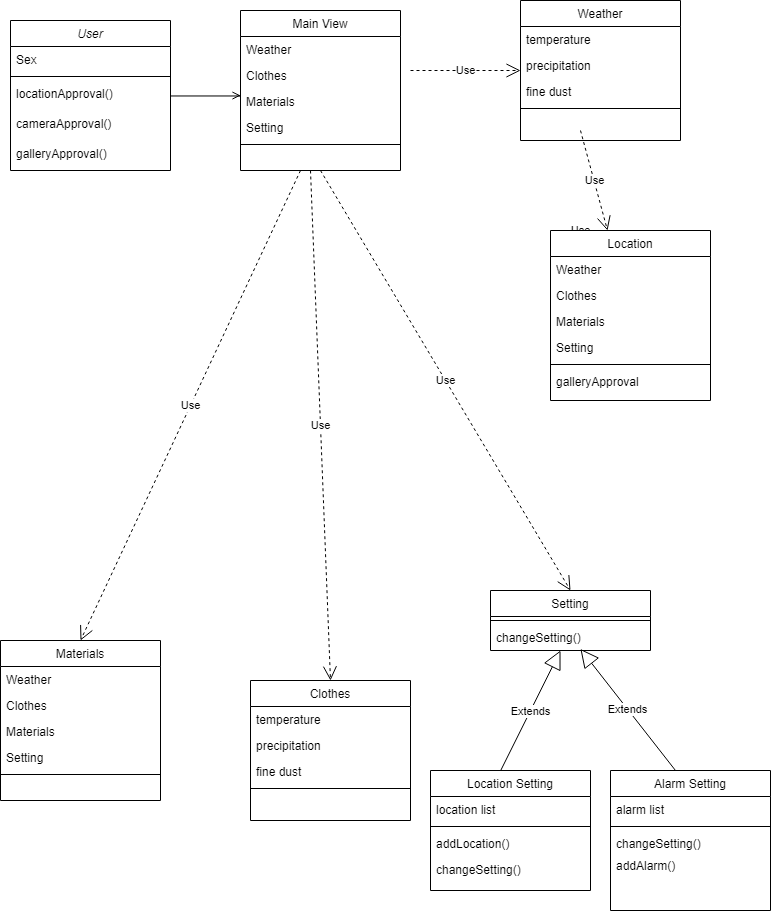
This is class1.png from kong430/Moning-diagram, a draw.io export, as it was before one commit. Source tidied: cells renumbered, new cells last; positions are measured from the earlier drawing's top-left corner, leaving out a move shared by most shapes.
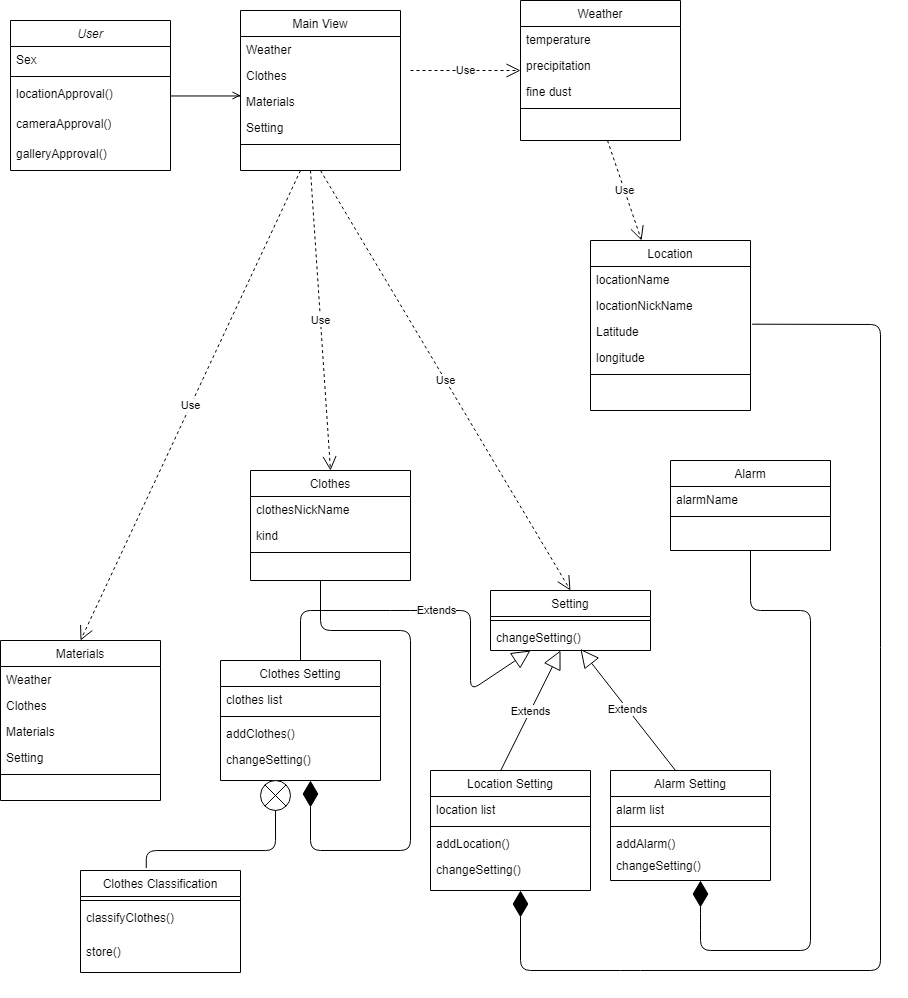
Later version of the same file.

Change to the diagram source:
```diff
@@ -50,49 +50,38 @@
       </mxGeometry>
     </mxCell>
     <mxCell id="16" value="Clothes" style="swimlane;fontStyle=0;align=center;verticalAlign=top;horizontal=1;startSize=26;rounded=0;shadow=0;strokeWidth=1;" parent="1" vertex="1">
-      <mxGeometry x="250" y="680" width="160" height="140" as="geometry" />
+      <mxGeometry x="250" y="470" width="160" height="110" as="geometry" />
     </mxCell>
-    <mxCell id="17" value="temperature" style="text;align=left;verticalAlign=top;spacingLeft=4;spacingRight=4;overflow=hidden;" parent="16" vertex="1">
+    <mxCell id="17" value="clothesNickName" style="text;align=left;verticalAlign=top;spacingLeft=4;spacingRight=4;overflow=hidden;" parent="16" vertex="1">
       <mxGeometry y="26" width="160" height="26" as="geometry" />
     </mxCell>
-    <mxCell id="18" value="precipitation" style="text;align=left;verticalAlign=top;spacingLeft=4;spacingRight=4;overflow=hidden;rounded=0;shadow=0;html=0;" parent="16" vertex="1">
-      <mxGeometry y="52" width="160" height="26" as="geometry" />
-    </mxCell>
-    <mxCell id="19" value="fine dust" style="text;align=left;verticalAlign=top;spacingLeft=4;spacingRight=4;overflow=hidden;rounded=0;shadow=0;html=0;" parent="16" vertex="1">
-      <mxGeometry y="78" width="160" height="26" as="geometry" />
+    <mxCell id="19" value="kind" style="text;align=left;verticalAlign=top;spacingLeft=4;spacingRight=4;overflow=hidden;rounded=0;shadow=0;html=0;" parent="16" vertex="1">
+      <mxGeometry y="52" width="160" height="26" as="geometry" />
     </mxCell>
     <mxCell id="20" style="line;html=1;strokeWidth=1;align=left;verticalAlign=middle;spacingTop=-1;spacingLeft=3;spacingRight=3;labelPosition=right;" parent="16" vertex="1">
-      <mxGeometry y="104" width="160" height="8" as="geometry" />
+      <mxGeometry y="78" width="160" height="8" as="geometry" />
     </mxCell>
-    <mxCell id="21" value="Use" style="endArrow=open;endSize=12;dashed=1;html=1;" parent="1" edge="1" source="22">
-      <mxGeometry relative="1" as="geometry">
-        <mxPoint x="580" y="230" as="targetPoint" />
-      </mxGeometry>
-    </mxCell>
     <mxCell id="22" value="Location" style="swimlane;fontStyle=0;align=center;verticalAlign=top;horizontal=1;startSize=26;rounded=0;shadow=0;strokeWidth=1;" parent="1" vertex="1">
-      <mxGeometry x="550" y="230" width="160" height="170" as="geometry" />
+      <mxGeometry x="590" y="240" width="160" height="170" as="geometry" />
     </mxCell>
-    <mxCell id="23" value="Weather" style="text;align=left;verticalAlign=top;spacingLeft=4;spacingRight=4;overflow=hidden;" parent="22" vertex="1">
+    <mxCell id="23" value="locationName" style="text;align=left;verticalAlign=top;spacingLeft=4;spacingRight=4;overflow=hidden;" parent="22" vertex="1">
       <mxGeometry y="26" width="160" height="26" as="geometry" />
     </mxCell>
-    <mxCell id="24" value="Clothes" style="text;align=left;verticalAlign=top;spacingLeft=4;spacingRight=4;overflow=hidden;rounded=0;shadow=0;html=0;" parent="22" vertex="1">
+    <mxCell id="24" value="locationNickName" style="text;align=left;verticalAlign=top;spacingLeft=4;spacingRight=4;overflow=hidden;rounded=0;shadow=0;html=0;" parent="22" vertex="1">
       <mxGeometry y="52" width="160" height="26" as="geometry" />
     </mxCell>
-    <mxCell id="25" value="Materials" style="text;align=left;verticalAlign=top;spacingLeft=4;spacingRight=4;overflow=hidden;points=[[0,0.5],[1,0.5]];portConstraint=eastwest;rounded=0;shadow=0;html=0;" parent="22" vertex="1">
+    <mxCell id="25" value="Latitude" style="text;align=left;verticalAlign=top;spacingLeft=4;spacingRight=4;overflow=hidden;points=[[0,0.5],[1,0.5]];portConstraint=eastwest;rounded=0;shadow=0;html=0;" parent="22" vertex="1">
       <mxGeometry y="78" width="160" height="26" as="geometry" />
     </mxCell>
-    <mxCell id="26" value="Setting" style="text;align=left;verticalAlign=top;spacingLeft=4;spacingRight=4;overflow=hidden;rounded=0;shadow=0;html=0;" parent="22" vertex="1">
+    <mxCell id="26" value="longitude" style="text;align=left;verticalAlign=top;spacingLeft=4;spacingRight=4;overflow=hidden;rounded=0;shadow=0;html=0;" parent="22" vertex="1">
       <mxGeometry y="104" width="160" height="26" as="geometry" />
     </mxCell>
     <mxCell id="27" style="line;html=1;strokeWidth=1;align=left;verticalAlign=middle;spacingTop=-1;spacingLeft=3;spacingRight=3;labelPosition=right;" parent="22" vertex="1">
       <mxGeometry y="130" width="160" height="8" as="geometry" />
     </mxCell>
-    <mxCell id="28" value="galleryApproval" style="text;align=left;verticalAlign=top;spacingLeft=4;spacingRight=4;overflow=hidden;" parent="22" vertex="1">
-      <mxGeometry y="138" width="160" height="22" as="geometry" />
-    </mxCell>
     <mxCell id="29" value="Use" style="endArrow=open;endSize=12;dashed=1;html=1;" parent="1" edge="1" target="22">
       <mxGeometry relative="1" as="geometry">
-        <mxPoint x="580" y="130" as="sourcePoint" />
+        <mxPoint x="607" y="140" as="sourcePoint" />
       </mxGeometry>
     </mxCell>
     <mxCell id="30" value="Weather" style="swimlane;fontStyle=0;align=center;verticalAlign=top;horizontal=1;startSize=26;rounded=0;shadow=0;strokeWidth=1;" parent="1" vertex="1">
@@ -171,13 +160,24 @@
     <mxCell id="52" value="changeSetting()" style="text;align=left;verticalAlign=top;spacingLeft=4;spacingRight=4;overflow=hidden;" parent="48" vertex="1">
       <mxGeometry y="86" width="160" height="34" as="geometry" />
     </mxCell>
+    <mxCell id="59" style="endArrow=diamondThin;endFill=1;endSize=24;html=1;exitX=1.01;exitY=0.219;exitDx=0;exitDy=0;exitPerimeter=0;" parent="48" edge="1" source="25">
+      <mxGeometry relative="1" as="geometry">
+        <mxPoint x="90" y="120" as="targetPoint" />
+        <Array as="points">
+          <mxPoint x="450" y="-446" />
+          <mxPoint x="450" y="200" />
+          <mxPoint x="200" y="200" />
+          <mxPoint x="90" y="200" />
+        </Array>
+      </mxGeometry>
+    </mxCell>
     <mxCell id="53" value="Extends" style="endArrow=block;endSize=16;endFill=0;html=1;entryX=0.562;entryY=1.11;entryDx=0;entryDy=0;entryPerimeter=0;" parent="1" edge="1" target="45">
       <mxGeometry relative="1" as="geometry">
         <mxPoint x="675" y="770" as="sourcePoint" />
       </mxGeometry>
     </mxCell>
     <mxCell id="54" value="Alarm Setting" style="swimlane;fontStyle=0;align=center;verticalAlign=top;horizontal=1;startSize=26;rounded=0;shadow=0;strokeWidth=1;" parent="1" vertex="1">
-      <mxGeometry x="610" y="770" width="160" height="140" as="geometry" />
+      <mxGeometry x="610" y="770" width="160" height="110" as="geometry" />
     </mxCell>
     <mxCell id="55" value="alarm list" style="text;align=left;verticalAlign=top;spacingLeft=4;spacingRight=4;overflow=hidden;" parent="54" vertex="1">
       <mxGeometry y="26" width="160" height="26" as="geometry" />
@@ -185,11 +185,92 @@
     <mxCell id="56" style="line;html=1;strokeWidth=1;align=left;verticalAlign=middle;spacingTop=-1;spacingLeft=3;spacingRight=3;labelPosition=right;" parent="54" vertex="1">
       <mxGeometry y="52" width="160" height="8" as="geometry" />
     </mxCell>
-    <mxCell id="57" value="changeSetting()" style="text;align=left;verticalAlign=top;spacingLeft=4;spacingRight=4;overflow=hidden;" parent="54" vertex="1">
+    <mxCell id="57" value="addAlarm()" style="text;align=left;verticalAlign=top;spacingLeft=4;spacingRight=4;overflow=hidden;" parent="54" vertex="1">
       <mxGeometry y="60" width="160" height="22" as="geometry" />
     </mxCell>
-    <mxCell id="58" value="addAlarm()" style="text;align=left;verticalAlign=top;spacingLeft=4;spacingRight=4;overflow=hidden;rounded=0;shadow=0;html=0;" parent="54" vertex="1">
+    <mxCell id="58" value="changeSetting()" style="text;align=left;verticalAlign=top;spacingLeft=4;spacingRight=4;overflow=hidden;rounded=0;shadow=0;html=0;" parent="54" vertex="1">
       <mxGeometry y="82" width="160" height="26" as="geometry" />
     </mxCell>
+    <mxCell id="60" value="Alarm" style="swimlane;fontStyle=0;align=center;verticalAlign=top;horizontal=1;startSize=26;rounded=0;shadow=0;strokeWidth=1;" parent="1" vertex="1">
+      <mxGeometry x="670" y="460" width="160" height="90" as="geometry" />
+    </mxCell>
+    <mxCell id="61" value="alarmName" style="text;align=left;verticalAlign=top;spacingLeft=4;spacingRight=4;overflow=hidden;" parent="60" vertex="1">
+      <mxGeometry y="26" width="160" height="26" as="geometry" />
+    </mxCell>
+    <mxCell id="62" style="line;html=1;strokeWidth=1;align=left;verticalAlign=middle;spacingTop=-1;spacingLeft=3;spacingRight=3;labelPosition=right;" parent="60" vertex="1">
+      <mxGeometry y="52" width="160" height="8" as="geometry" />
+    </mxCell>
+    <mxCell id="63" style="endArrow=diamondThin;endFill=1;endSize=24;html=1;exitX=0.5;exitY=1;exitDx=0;exitDy=0;" parent="1" edge="1" source="60">
+      <mxGeometry relative="1" as="geometry">
+        <mxPoint x="700" y="880" as="targetPoint" />
+        <Array as="points">
+          <mxPoint x="750" y="610" />
+          <mxPoint x="810" y="610" />
+          <mxPoint x="810" y="950" />
+          <mxPoint x="700" y="950" />
+          <mxPoint x="700" y="920" />
+        </Array>
+      </mxGeometry>
+    </mxCell>
+    <mxCell id="64" value="Clothes Setting" style="swimlane;fontStyle=0;align=center;verticalAlign=top;horizontal=1;startSize=26;rounded=0;shadow=0;strokeWidth=1;" parent="1" vertex="1">
+      <mxGeometry x="220" y="660" width="160" height="120" as="geometry" />
+    </mxCell>
+    <mxCell id="65" value="clothes list" style="text;align=left;verticalAlign=top;spacingLeft=4;spacingRight=4;overflow=hidden;" parent="64" vertex="1">
+      <mxGeometry y="26" width="160" height="26" as="geometry" />
+    </mxCell>
+    <mxCell id="66" style="line;html=1;strokeWidth=1;align=left;verticalAlign=middle;spacingTop=-1;spacingLeft=3;spacingRight=3;labelPosition=right;" parent="64" vertex="1">
+      <mxGeometry y="52" width="160" height="8" as="geometry" />
+    </mxCell>
+    <mxCell id="67" value="addClothes()" style="text;align=left;verticalAlign=top;spacingLeft=4;spacingRight=4;overflow=hidden;rounded=0;shadow=0;html=0;" parent="64" vertex="1">
+      <mxGeometry y="60" width="160" height="26" as="geometry" />
+    </mxCell>
+    <mxCell id="68" value="changeSetting()" style="text;align=left;verticalAlign=top;spacingLeft=4;spacingRight=4;overflow=hidden;" parent="64" vertex="1">
+      <mxGeometry y="86" width="160" height="34" as="geometry" />
+    </mxCell>
+    <mxCell id="69" style="endArrow=diamondThin;endFill=1;endSize=24;html=1;" parent="1" edge="1">
+      <mxGeometry relative="1" as="geometry">
+        <mxPoint x="320" y="580" as="sourcePoint" />
+        <mxPoint x="310" y="780" as="targetPoint" />
+        <Array as="points">
+          <mxPoint x="320" y="630" />
+          <mxPoint x="410" y="630" />
+          <mxPoint x="410" y="850" />
+          <mxPoint x="310" y="850" />
+        </Array>
+      </mxGeometry>
+    </mxCell>
+    <mxCell id="70" value="Extends" style="endArrow=block;endSize=16;endFill=0;html=1;exitX=0.5;exitY=0;exitDx=0;exitDy=0;entryX=0.25;entryY=1;entryDx=0;entryDy=0;" parent="1" edge="1" source="64" target="43">
+      <mxGeometry relative="1" as="geometry">
+        <Array as="points">
+          <mxPoint x="300" y="610" />
+          <mxPoint x="400" y="610" />
+          <mxPoint x="470" y="610" />
+          <mxPoint x="470" y="690" />
+        </Array>
+      </mxGeometry>
+    </mxCell>
+    <mxCell id="71" value="Clothes Classification" style="swimlane;fontStyle=0;align=center;verticalAlign=top;horizontal=1;startSize=26;rounded=0;shadow=0;strokeWidth=1;" parent="1" vertex="1">
+      <mxGeometry x="80" y="870" width="160" height="102" as="geometry" />
+    </mxCell>
+    <mxCell id="72" style="line;html=1;strokeWidth=1;align=left;verticalAlign=middle;spacingTop=-1;spacingLeft=3;spacingRight=3;labelPosition=right;" parent="71" vertex="1">
+      <mxGeometry y="26" width="160" height="8" as="geometry" />
+    </mxCell>
+    <mxCell id="73" value="classifyClothes()" style="text;align=left;verticalAlign=top;spacingLeft=4;spacingRight=4;overflow=hidden;" parent="71" vertex="1">
+      <mxGeometry y="34" width="160" height="34" as="geometry" />
+    </mxCell>
+    <mxCell id="74" value="store()" style="text;align=left;verticalAlign=top;spacingLeft=4;spacingRight=4;overflow=hidden;" parent="71" vertex="1">
+      <mxGeometry y="68" width="160" height="34" as="geometry" />
+    </mxCell>
+    <mxCell id="75" style="shape=sumEllipse;perimeter=ellipsePerimeter;whiteSpace=wrap;html=1;backgroundOutline=1;" parent="1" vertex="1">
+      <mxGeometry x="260" y="780" width="30" height="30" as="geometry" />
+    </mxCell>
+    <mxCell id="76" style="endArrow=none;html=1;edgeStyle=orthogonalEdgeStyle;exitX=0.411;exitY=-0.023;exitDx=0;exitDy=0;exitPerimeter=0;entryX=0.5;entryY=1;entryDx=0;entryDy=0;" parent="1" edge="1" source="71" target="75">
+      <mxGeometry relative="1" as="geometry">
+        <Array as="points">
+          <mxPoint x="146" y="850" />
+          <mxPoint x="275" y="850" />
+        </Array>
+      </mxGeometry>
+    </mxCell>
   </root>
 </mxGraphModel>
```
